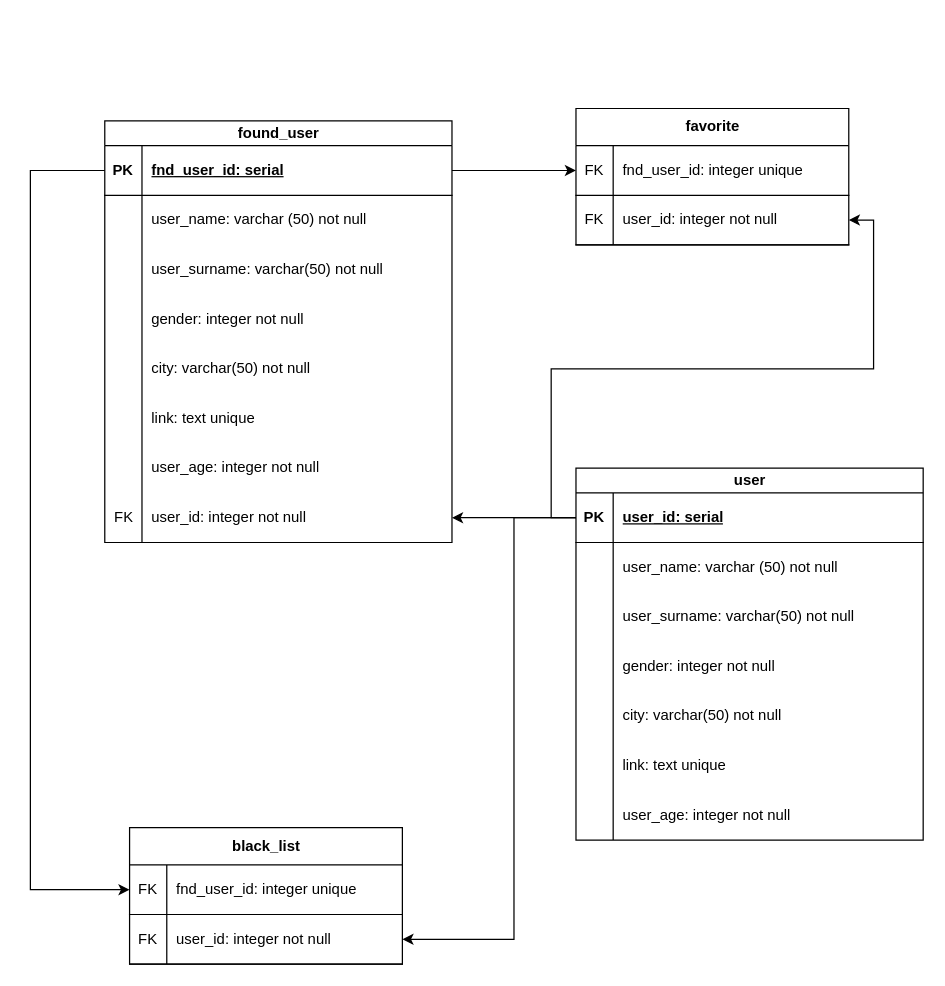
Above: db_files/db_diagram.drawio in Rou795/VKinder_group_4 (draw.io), before the change. Source tidied: cells renumbered, new cells numbered last; positions are measured from the earlier drawing's top-left corner, leaving out a move shared by most shapes. Both pictures are drawn from the tidied source at 124%, with x=0, y=0 at pixel (30, 108).
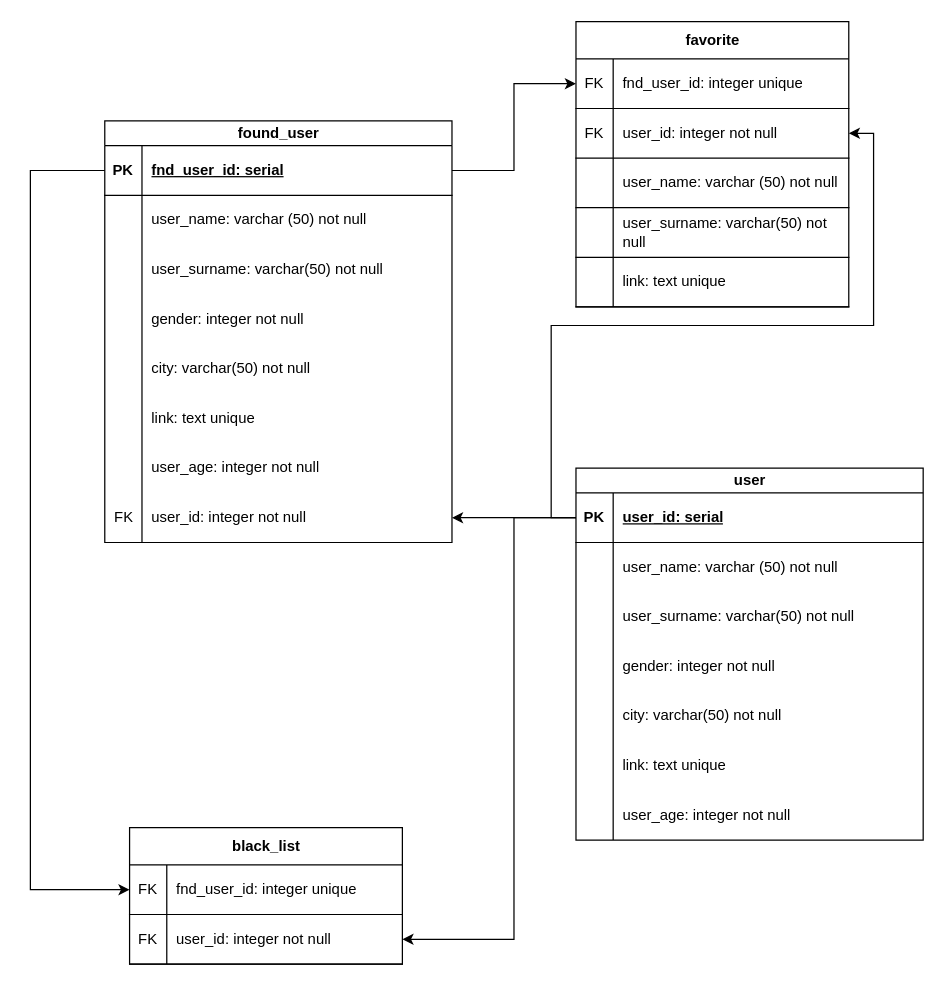
After the change.

The edit, as a diff of the source:
```diff
@@
     <mxCell id="60" value="favorite" style="shape=table;startSize=30;childLayout=tableLayout;rowLines=0;fontStyle=1;align=center;html=1;" parent="1" vertex="1">
-      <mxGeometry x="440" width="220" height="110" as="geometry" />
+      <mxGeometry x="440" y="-70" width="220" height="230" as="geometry" />
     </mxCell>
@@
+    <mxCell id="71" style="shape=tableRow;horizontal=0;startSize=0;swimlaneHead=0;swimlaneBody=0;fillColor=none;top=0;left=0;right=0;bottom=1;" parent="60" vertex="1">
+      <mxGeometry y="110" width="220" height="40" as="geometry" />
+    </mxCell>
+    <mxCell id="72" style="shape=partialRectangle;fillColor=none;top=0;left=0;bottom=0;right=0;fontStyle=0;overflow=hidden;whiteSpace=wrap;html=1;align=center;" parent="71" vertex="1">
+      <mxGeometry width="30" height="40" as="geometry" />
+    </mxCell>
+    <mxCell id="73" value="user_name: varchar (50) not null" style="shape=partialRectangle;fillColor=none;top=0;left=0;bottom=0;right=0;align=left;spacingLeft=6;fontStyle=0;overflow=hidden;whiteSpace=wrap;html=1;" parent="71" vertex="1">
+      <mxGeometry x="30" width="190" height="40" as="geometry" />
+    </mxCell>
+    <mxCell id="74" style="shape=tableRow;horizontal=0;startSize=0;swimlaneHead=0;swimlaneBody=0;fillColor=none;top=0;left=0;right=0;bottom=1;" parent="60" vertex="1">
+      <mxGeometry y="150" width="220" height="40" as="geometry" />
+    </mxCell>
+    <mxCell id="75" style="shape=partialRectangle;fillColor=none;top=0;left=0;bottom=0;right=0;fontStyle=0;overflow=hidden;whiteSpace=wrap;html=1;align=center;" parent="74" vertex="1">
+      <mxGeometry width="30" height="40" as="geometry" />
+    </mxCell>
+    <mxCell id="76" value="user_surname: varchar(50) not null" style="shape=partialRectangle;fillColor=none;top=0;left=0;bottom=0;right=0;align=left;spacingLeft=6;fontStyle=0;overflow=hidden;whiteSpace=wrap;html=1;" parent="74" vertex="1">
+      <mxGeometry x="30" width="190" height="40" as="geometry" />
+    </mxCell>
+    <mxCell id="77" style="shape=tableRow;horizontal=0;startSize=0;swimlaneHead=0;swimlaneBody=0;fillColor=none;top=0;left=0;right=0;bottom=1;" parent="60" vertex="1">
+      <mxGeometry y="190" width="220" height="40" as="geometry" />
+    </mxCell>
+    <mxCell id="78" style="shape=partialRectangle;fillColor=none;top=0;left=0;bottom=0;right=0;fontStyle=0;overflow=hidden;whiteSpace=wrap;html=1;align=center;" parent="77" vertex="1">
+      <mxGeometry width="30" height="40" as="geometry" />
+    </mxCell>
+    <mxCell id="79" value="link: text unique" style="shape=partialRectangle;fillColor=none;top=0;left=0;bottom=0;right=0;align=left;spacingLeft=6;fontStyle=0;overflow=hidden;whiteSpace=wrap;html=1;" parent="77" vertex="1">
+      <mxGeometry x="30" width="190" height="40" as="geometry" />
+    </mxCell>
```
